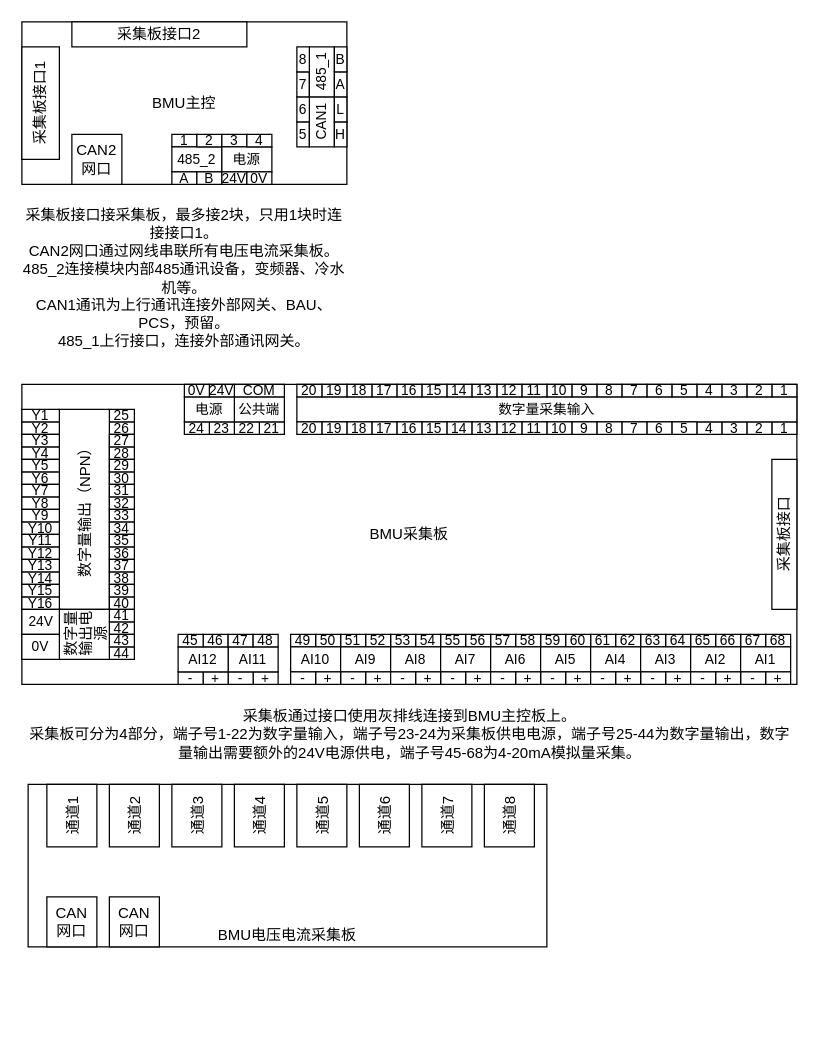
The draw.io diagram BMU端子图.drawio in jingfengLu/Draw, before the edit. Source tidied: cells renumbered, new cells numbered last; positions are measured from the earlier drawing's top-left corner, leaving out a move shared by most shapes. Both pictures are drawn from the tidied source at 125%, with x=0, y=0 at pixel (21, 21).
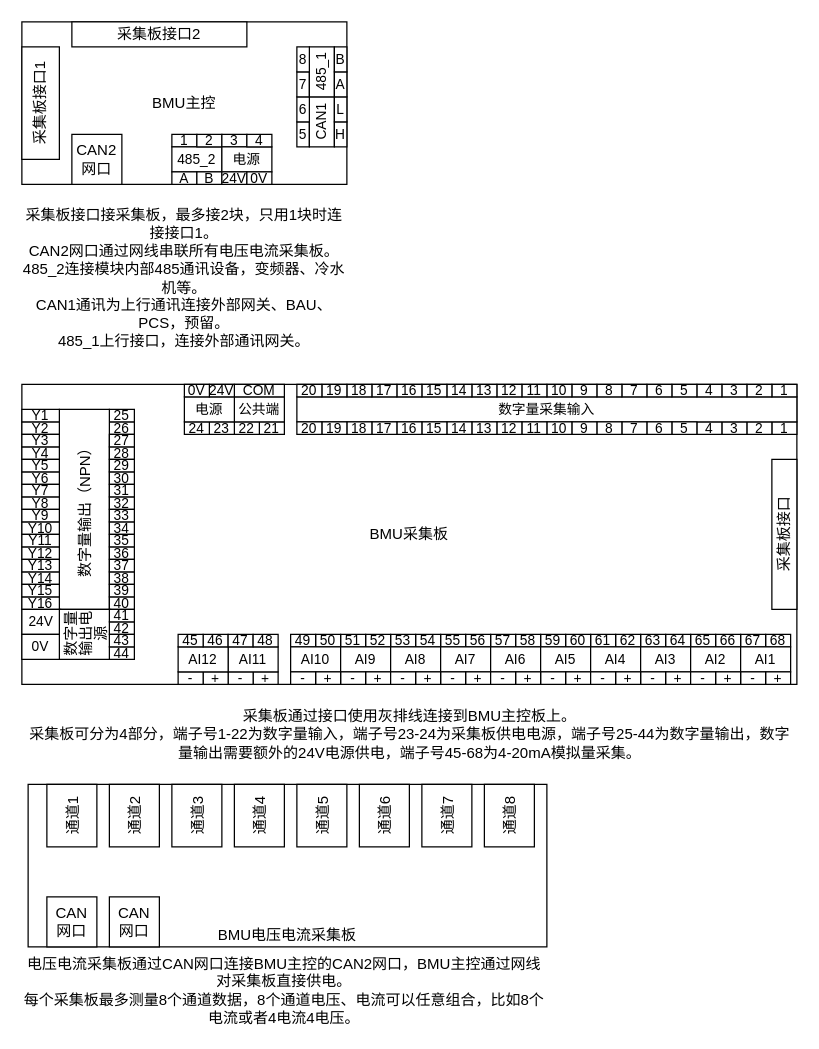
Above is the later version.

Commit message (it also covers changes not shown here):
更新BMU端子图.drawio

What changed in the source:
```diff
@@
+    <mxCell id="193" value="电压电流采集板通过CAN网口连接BMU主控的CAN2网口，BMU主控通过网线对采集板直接供电。&lt;br&gt;每个采集板最多测量8个通道数据，8个通道电压、电流可以任意组合，比如8个电流或者4电流4电压。" style="text;strokeColor=none;align=center;fillColor=none;html=1;verticalAlign=middle;whiteSpace=wrap;rounded=0;" parent="1" vertex="1">
+      <mxGeometry y="750" width="420" height="50" as="geometry" />
+    </mxCell>
```
